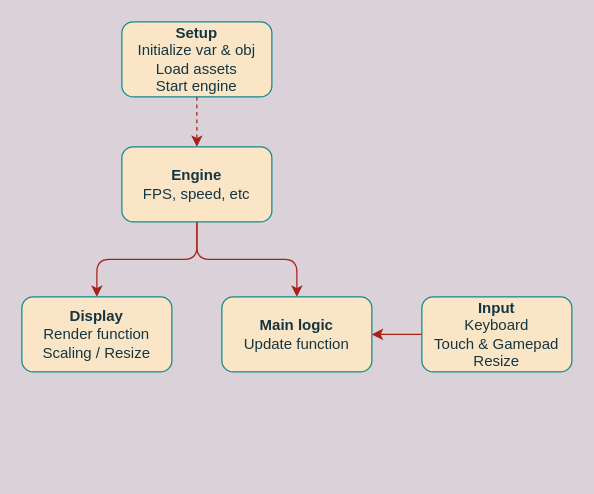
carloswunsche/js13k-shmup keeps this draw.io diagram as Diagram.drawio. Above is the earlier version. Source tidied: cells renumbered, new cells numbered last; positions are measured from the earlier drawing's top-left corner, leaving out a move shared by most shapes. Both pictures are drawn from the tidied source at 125%, with x=0, y=0 at pixel (21, 21).
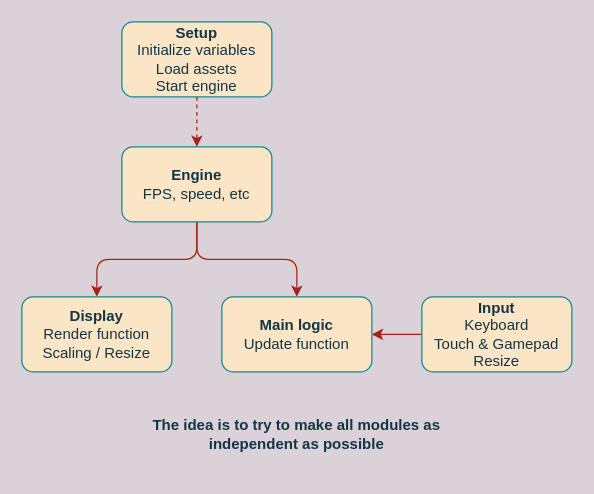
The same diagram, later.

What changed in the source:
```diff
@@
 <mxGraphModel background="#DAD2D8">
   <root>
     <mxCell id="0" />
     <mxCell id="1" parent="0" />
     <mxCell id="2" style="edgeStyle=orthogonalEdgeStyle;curved=0;rounded=1;sketch=0;jettySize=auto;html=1;exitX=0.5;exitY=1;exitDx=0;exitDy=0;entryX=0.5;entryY=0;entryDx=0;entryDy=0;fontColor=#143642;strokeColor=#A8201A;fillColor=#FAE5C7;labelBackgroundColor=#DAD2D8;" parent="1" edge="1" source="4" target="8">
       <mxGeometry relative="1" as="geometry" />
     </mxCell>
     <mxCell id="3" style="edgeStyle=orthogonalEdgeStyle;curved=0;rounded=1;sketch=0;jettySize=auto;html=1;exitX=0.5;exitY=1;exitDx=0;exitDy=0;entryX=0.5;entryY=0;entryDx=0;entryDy=0;fontColor=#143642;strokeColor=#A8201A;fillColor=#FAE5C7;labelBackgroundColor=#DAD2D8;" parent="1" edge="1" source="4" target="5">
       <mxGeometry relative="1" as="geometry" />
     </mxCell>
     <mxCell id="4" value="&lt;b&gt;Engine&lt;/b&gt;&lt;br&gt;FPS, speed, etc" style="rounded=1;whiteSpace=wrap;html=1;fillColor=#FAE5C7;strokeColor=#0F8B8D;fontColor=#143642;" parent="1" vertex="1">
       <mxGeometry x="80" y="100" width="120" height="60" as="geometry" />
     </mxCell>
     <mxCell id="5" value="&lt;b&gt;Display&lt;/b&gt;&lt;br&gt;Render function&lt;br&gt;Scaling / Resize" style="rounded=1;whiteSpace=wrap;html=1;fillColor=#FAE5C7;strokeColor=#0F8B8D;fontColor=#143642;" parent="1" vertex="1">
       <mxGeometry y="220" width="120" height="60" as="geometry" />
     </mxCell>
     <mxCell id="6" style="edgeStyle=orthogonalEdgeStyle;curved=0;rounded=1;sketch=0;jettySize=auto;html=1;exitX=0;exitY=0.5;exitDx=0;exitDy=0;entryX=1;entryY=0.5;entryDx=0;entryDy=0;fontColor=#143642;strokeColor=#A8201A;fillColor=#FAE5C7;labelBackgroundColor=#DAD2D8;" parent="1" edge="1" source="7" target="8">
       <mxGeometry relative="1" as="geometry" />
     </mxCell>
     <mxCell id="7" value="&lt;b&gt;Input&lt;/b&gt;&lt;br&gt;Keyboard&lt;br&gt;Touch &amp;amp; Gamepad&lt;br&gt;Resize" style="rounded=1;whiteSpace=wrap;html=1;fillColor=#FAE5C7;strokeColor=#0F8B8D;fontColor=#143642;" parent="1" vertex="1">
       <mxGeometry x="320" y="220" width="120" height="60" as="geometry" />
     </mxCell>
     <mxCell id="8" value="&lt;b&gt;Main logic&lt;/b&gt;&lt;br&gt;Update function" style="rounded=1;whiteSpace=wrap;html=1;sketch=0;fontColor=#143642;strokeColor=#0F8B8D;fillColor=#FAE5C7;" parent="1" vertex="1">
       <mxGeometry x="160" y="220" width="120" height="60" as="geometry" />
     </mxCell>
     <mxCell id="9" style="edgeStyle=orthogonalEdgeStyle;curved=0;rounded=1;sketch=0;jettySize=auto;html=1;exitX=0.5;exitY=1;exitDx=0;exitDy=0;entryX=0.5;entryY=0;entryDx=0;entryDy=0;fontColor=#143642;fillColor=#FAE5C7;dashed=1;labelBackgroundColor=#DAD2D8;strokeColor=#A8201A;" parent="1" edge="1" source="10" target="4">
       <mxGeometry relative="1" as="geometry" />
     </mxCell>
-    <mxCell id="10" value="&lt;b&gt;Setup&lt;/b&gt;&lt;br&gt;Initialize var &amp;amp; obj&lt;br&gt;Load assets&lt;br&gt;Start engine" style="rounded=1;whiteSpace=wrap;html=1;sketch=0;fontColor=#143642;strokeColor=#0F8B8D;fillColor=#FAE5C7;" parent="1" vertex="1">
+    <mxCell id="10" value="&lt;b&gt;Setup&lt;/b&gt;&lt;br&gt;Initialize variables&lt;br&gt;Load assets&lt;br&gt;Start engine" style="rounded=1;whiteSpace=wrap;html=1;sketch=0;fontColor=#143642;strokeColor=#0F8B8D;fillColor=#FAE5C7;" parent="1" vertex="1">
       <mxGeometry x="80" width="120" height="60" as="geometry" />
     </mxCell>
+    <mxCell id="11" value="&lt;b&gt;The idea is to try to make all modules as independent as possible&lt;/b&gt;" style="text;html=1;strokeColor=none;fillColor=none;align=center;verticalAlign=middle;whiteSpace=wrap;rounded=0;sketch=0;fontColor=#143642;" parent="1" vertex="1">
+      <mxGeometry x="95" y="300" width="250" height="60" as="geometry" />
+    </mxCell>
   </root>
 </mxGraphModel>
```
